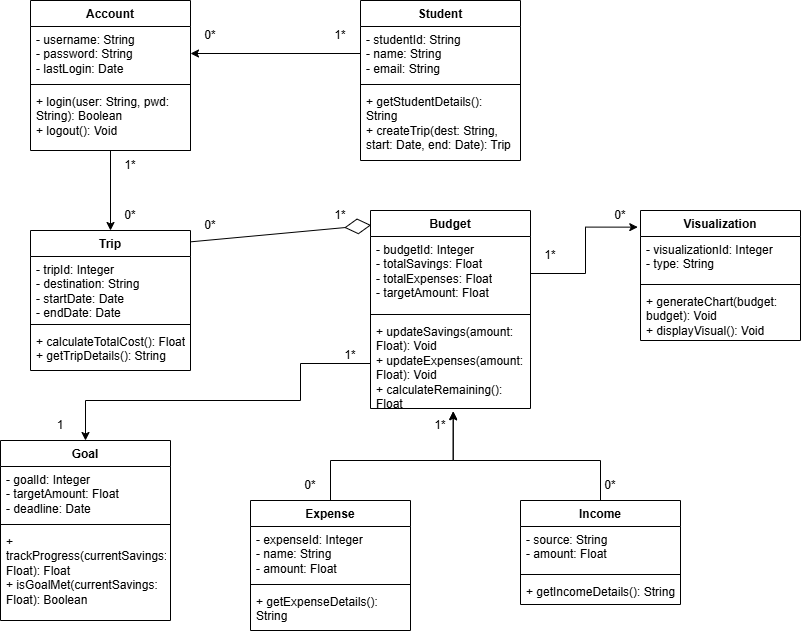
sesartrumpet/cs386-pennypilot keeps this draw.io diagram as Reports/Deliverable3_images/deliverable3UMLCLass.png. Above is the earlier version. Source tidied: cells renumbered, new cells last; positions are measured from the earlier drawing's top-left corner, leaving out a move shared by most shapes.
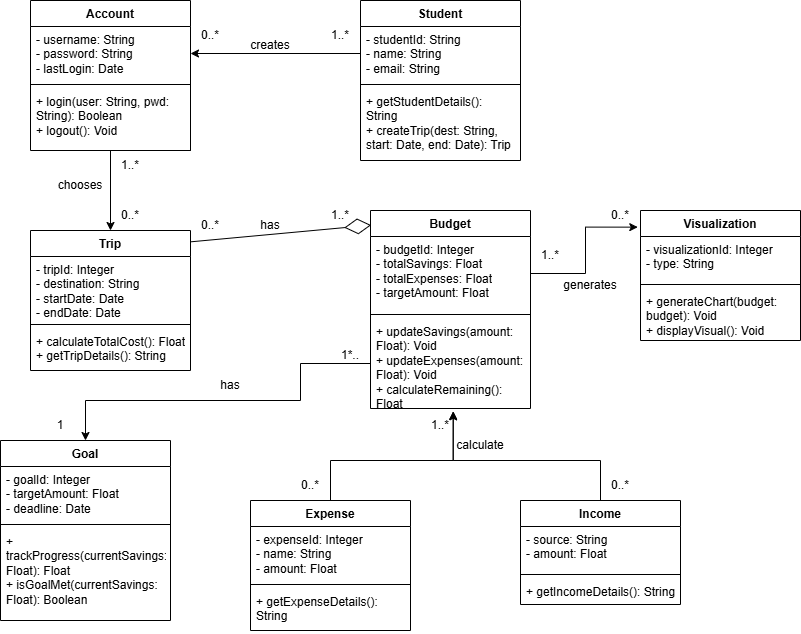
Later version of the same file.

Commit message:
Fixed UML Class Diagram again

Diff of the diagram source:
```diff
@@ -98,34 +98,34 @@
     <mxCell id="33" value="+ generateChart(budget: budget): Void&lt;div&gt;+ displayVisual(): Void&lt;/div&gt;" style="text;strokeColor=none;fillColor=none;align=left;verticalAlign=top;spacingLeft=4;spacingRight=4;overflow=hidden;whiteSpace=wrap;html=1;" parent="30" vertex="1">
       <mxGeometry y="78" width="160" height="52" as="geometry" />
     </mxCell>
-    <mxCell id="34" value="1*" style="text;html=1;align=center;verticalAlign=middle;whiteSpace=wrap;rounded=0;" parent="1" vertex="1">
+    <mxCell id="34" value="1..*" style="text;html=1;align=center;verticalAlign=middle;whiteSpace=wrap;rounded=0;" parent="1" vertex="1">
       <mxGeometry x="310" y="20" width="60" height="30" as="geometry" />
     </mxCell>
-    <mxCell id="35" value="0*" style="text;html=1;align=center;verticalAlign=middle;whiteSpace=wrap;rounded=0;" parent="1" vertex="1">
+    <mxCell id="35" value="0..*" style="text;html=1;align=center;verticalAlign=middle;whiteSpace=wrap;rounded=0;" parent="1" vertex="1">
       <mxGeometry x="100" y="200" width="60" height="30" as="geometry" />
     </mxCell>
     <mxCell id="36" style="edgeStyle=orthogonalEdgeStyle;rounded=0;jettySize=auto;html=1;exitX=1;exitY=0.5;exitDx=0;exitDy=0;entryX=-0.017;entryY=0.128;entryDx=0;entryDy=0;entryPerimeter=0;" parent="1" edge="1" source="15" target="30">
       <mxGeometry relative="1" as="geometry" />
     </mxCell>
-    <mxCell id="37" value="0*" style="text;html=1;align=center;verticalAlign=middle;whiteSpace=wrap;rounded=0;" parent="1" vertex="1">
+    <mxCell id="37" value="0..*" style="text;html=1;align=center;verticalAlign=middle;whiteSpace=wrap;rounded=0;" parent="1" vertex="1">
       <mxGeometry x="590" y="200" width="60" height="30" as="geometry" />
     </mxCell>
     <mxCell id="38" style="endArrow=diamondThin;endFill=0;endSize=24;html=1;rounded=0;exitX=1;exitY=0.081;exitDx=0;exitDy=0;exitPerimeter=0;entryX=0.004;entryY=0.074;entryDx=0;entryDy=0;entryPerimeter=0;" parent="1" edge="1" source="10" target="14">
       <mxGeometry relative="1" as="geometry" />
     </mxCell>
-    <mxCell id="39" value="0*" style="text;html=1;align=center;verticalAlign=middle;whiteSpace=wrap;rounded=0;" parent="1" vertex="1">
+    <mxCell id="39" value="0..*" style="text;html=1;align=center;verticalAlign=middle;whiteSpace=wrap;rounded=0;" parent="1" vertex="1">
       <mxGeometry x="180" y="210" width="60" height="30" as="geometry" />
     </mxCell>
-    <mxCell id="40" value="1*" style="text;html=1;align=center;verticalAlign=middle;whiteSpace=wrap;rounded=0;" parent="1" vertex="1">
+    <mxCell id="40" value="1..*" style="text;html=1;align=center;verticalAlign=middle;whiteSpace=wrap;rounded=0;" parent="1" vertex="1">
       <mxGeometry x="310" y="200" width="60" height="30" as="geometry" />
     </mxCell>
-    <mxCell id="41" value="1*" style="text;html=1;align=center;verticalAlign=middle;whiteSpace=wrap;rounded=0;" parent="1" vertex="1">
+    <mxCell id="41" value="1..*" style="text;html=1;align=center;verticalAlign=middle;whiteSpace=wrap;rounded=0;" parent="1" vertex="1">
       <mxGeometry x="410" y="410" width="60" height="30" as="geometry" />
     </mxCell>
-    <mxCell id="42" value="0*" style="text;html=1;align=center;verticalAlign=middle;whiteSpace=wrap;rounded=0;" parent="1" vertex="1">
-      <mxGeometry x="580" y="470" width="60" height="30" as="geometry" />
+    <mxCell id="42" value="0..*" style="text;html=1;align=center;verticalAlign=middle;whiteSpace=wrap;rounded=0;" parent="1" vertex="1">
+      <mxGeometry x="590" y="470" width="60" height="30" as="geometry" />
     </mxCell>
-    <mxCell id="43" value="0*" style="text;html=1;align=center;verticalAlign=middle;whiteSpace=wrap;rounded=0;" parent="1" vertex="1">
+    <mxCell id="43" value="0..*" style="text;html=1;align=center;verticalAlign=middle;whiteSpace=wrap;rounded=0;" parent="1" vertex="1">
       <mxGeometry x="280" y="470" width="60" height="30" as="geometry" />
     </mxCell>
     <mxCell id="44" style="edgeStyle=orthogonalEdgeStyle;rounded=0;jettySize=auto;html=1;exitX=0;exitY=0.5;exitDx=0;exitDy=0;" parent="1" edge="1" source="17" target="26">
@@ -140,7 +140,7 @@
     <mxCell id="45" value="1" style="text;html=1;align=center;verticalAlign=middle;whiteSpace=wrap;rounded=0;" parent="1" vertex="1">
       <mxGeometry x="30" y="410" width="60" height="30" as="geometry" />
     </mxCell>
-    <mxCell id="46" value="1*" style="text;html=1;align=center;verticalAlign=middle;whiteSpace=wrap;rounded=0;" parent="1" vertex="1">
+    <mxCell id="46" value="1*.." style="text;html=1;align=center;verticalAlign=middle;whiteSpace=wrap;rounded=0;" parent="1" vertex="1">
       <mxGeometry x="320" y="340" width="60" height="30" as="geometry" />
     </mxCell>
     <mxCell id="47" style="edgeStyle=orthogonalEdgeStyle;rounded=0;jettySize=auto;html=1;exitX=0.5;exitY=0;exitDx=0;exitDy=0;entryX=0.517;entryY=1.03;entryDx=0;entryDy=0;entryPerimeter=0;" parent="1" edge="1" source="18" target="17">
@@ -159,13 +159,13 @@
         </Array>
       </mxGeometry>
     </mxCell>
-    <mxCell id="49" value="0*" style="text;html=1;align=center;verticalAlign=middle;whiteSpace=wrap;rounded=0;" parent="1" vertex="1">
+    <mxCell id="49" value="0..*" style="text;html=1;align=center;verticalAlign=middle;whiteSpace=wrap;rounded=0;" parent="1" vertex="1">
       <mxGeometry x="180" y="20" width="60" height="30" as="geometry" />
     </mxCell>
     <mxCell id="50" style="edgeStyle=orthogonalEdgeStyle;rounded=0;jettySize=auto;html=1;exitX=0;exitY=0.5;exitDx=0;exitDy=0;entryX=1;entryY=0.5;entryDx=0;entryDy=0;" parent="1" edge="1" source="3" target="7">
       <mxGeometry relative="1" as="geometry" />
     </mxCell>
-    <mxCell id="51" value="1*" style="text;html=1;align=center;verticalAlign=middle;whiteSpace=wrap;rounded=0;" parent="1" vertex="1">
+    <mxCell id="51" value="1..*" style="text;html=1;align=center;verticalAlign=middle;whiteSpace=wrap;rounded=0;" parent="1" vertex="1">
       <mxGeometry x="520" y="240" width="60" height="30" as="geometry" />
     </mxCell>
     <mxCell id="52" style="edgeStyle=orthogonalEdgeStyle;rounded=0;jettySize=auto;html=1;exitX=1;exitY=0.5;exitDx=0;exitDy=0;entryX=0.5;entryY=0;entryDx=0;entryDy=0;" parent="1" edge="1" source="9" target="10">
@@ -176,8 +176,26 @@
         </Array>
       </mxGeometry>
     </mxCell>
-    <mxCell id="53" value="1*" style="text;html=1;align=center;verticalAlign=middle;whiteSpace=wrap;rounded=0;" parent="1" vertex="1">
+    <mxCell id="53" value="1..*" style="text;html=1;align=center;verticalAlign=middle;whiteSpace=wrap;rounded=0;" parent="1" vertex="1">
       <mxGeometry x="100" y="150" width="60" height="30" as="geometry" />
     </mxCell>
+    <mxCell id="54" value="creates" style="text;html=1;align=center;verticalAlign=middle;whiteSpace=wrap;rounded=0;" parent="1" vertex="1">
+      <mxGeometry x="240" y="30" width="60" height="30" as="geometry" />
+    </mxCell>
+    <mxCell id="55" value="chooses" style="text;html=1;align=center;verticalAlign=middle;whiteSpace=wrap;rounded=0;" parent="1" vertex="1">
+      <mxGeometry x="50" y="170" width="60" height="30" as="geometry" />
+    </mxCell>
+    <mxCell id="56" value="has" style="text;html=1;align=center;verticalAlign=middle;whiteSpace=wrap;rounded=0;" parent="1" vertex="1">
+      <mxGeometry x="240" y="210" width="60" height="30" as="geometry" />
+    </mxCell>
+    <mxCell id="57" value="generates" style="text;html=1;align=center;verticalAlign=middle;whiteSpace=wrap;rounded=0;" parent="1" vertex="1">
+      <mxGeometry x="560" y="270" width="60" height="30" as="geometry" />
+    </mxCell>
+    <mxCell id="58" value="has" style="text;html=1;align=center;verticalAlign=middle;whiteSpace=wrap;rounded=0;" parent="1" vertex="1">
+      <mxGeometry x="200" y="370" width="60" height="30" as="geometry" />
+    </mxCell>
+    <mxCell id="59" value="calculate" style="text;html=1;align=center;verticalAlign=middle;whiteSpace=wrap;rounded=0;" parent="1" vertex="1">
+      <mxGeometry x="450" y="430" width="60" height="30" as="geometry" />
+    </mxCell>
   </root>
 </mxGraphModel>
```
